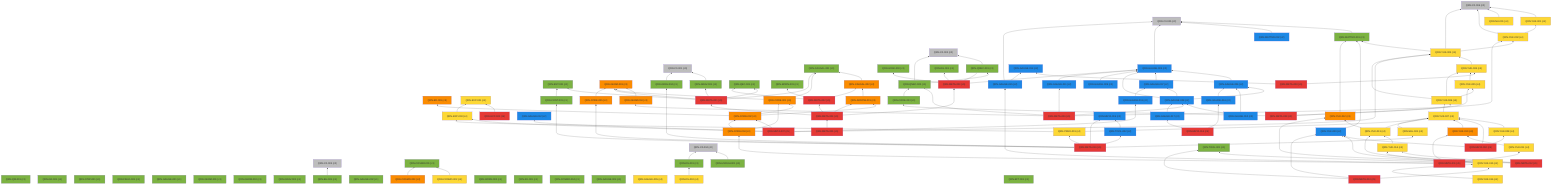
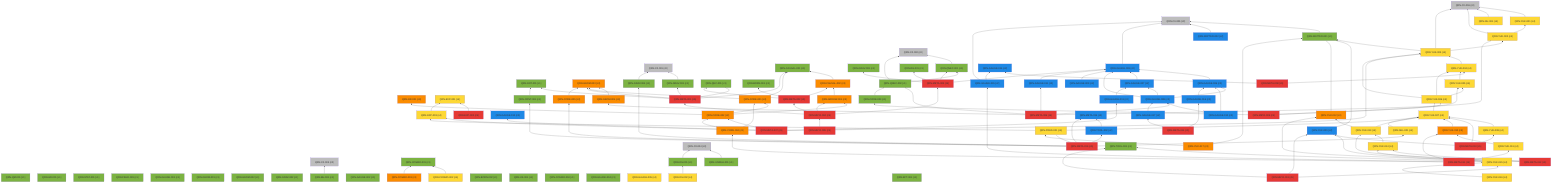
%% 自動生成 (dag/report.pl) — QRN 主張依存グラフ
graph BT
  QRN_C0_001["QRN-C0-001 (c0)"]:::c0
  QRN_C0_002["QRN-C0-002 (c0)"]:::c0
  QRN_C0_003["QRN-C0-003 (c0)"]:::c0
  QRN_C0_004["QRN-C0-004 (c0)"]:::c0
  QRN_C0_005["QRN-C0-005 (c0)"]:::c0
  QRN_C0_006["QRN-C0-006 (c0)"]:::c0
  QRN_QM_001["QRN-QM-001 (c1)"]:::c1
  QRN_GR_001["QRN-GR-001 (c1)"]:::c1
  QRN_STAT_001["QRN-STAT-001 (c1)"]:::c1
  QRN_FIELD_001["QRN-FIELD-001 (c1)"]:::c1
  QRN_GAUGE_001["QRN-GAUGE-001 (c1)"]:::c1
  QRN_ENT_001["QRN-ENT-001 (c1)"]:::c1
  QRN_GEOM_001["QRN-GEOM-001 (c1)"]:::c1
  QRN_GEOM_002["QRN-GEOM-002 (c1)"]:::c1
  QRN_GEOM_003["QRN-GEOM-003 (c3)"]:::c3
  QRN_GRAV_001["QRN-GRAV-001 (c1)"]:::c1
  QRN_GRAV_002["QRN-GRAV-002 (c1)"]:::c1
  QRN_BH_001["QRN-BH-001 (c1)"]:::c1
  QRN_CAUSAL_001["QRN-CAUSAL-001 (c1)"]:::c1
  QRN_CAUSAL_002["QRN-CAUSAL-002 (c3)"]:::c3
  QRN_ER_001["QRN-ER-001 (c3)"]:::c3
  QRN_QEC_001["QRN-QEC-001 (c1)"]:::c1
  QRN_GAUGE_002["QRN-GAUGE-002 (c1)"]:::c1
  QRN_COSMO_001["QRN-COSMO-001 (c1)"]:::c1
  QRN_COSMO_002["QRN-COSMO-002 (c4)"]:::c4
  QRN_COSMO_003["QRN-COSMO-003 (c3)"]:::c3
  QRN_BORN_001["QRN-BORN-001 (c1)"]:::c1
  QRN_BORN_002["QRN-BORN-002 (c1)"]:::c1
  QRN_GRAV_003["QRN-GRAV-003 (c1)"]:::c1
  QRN_KK_001["QRN-KK-001 (c1)"]:::c1
  QRN_MATTER_001["QRN-MATTER-001 (c1)"]:::c1
  QRN_MATTER_002["QRN-MATTER-002 (c2)"]:::c2
  QRN_COSMO_004["QRN-COSMO-004 (c1)"]:::c1
  QRN_EXP_001["QRN-EXP-001 (c4)"]:::c4
  QRN_GAUGE_003["QRN-GAUGE-003 (c2)"]:::c2
  QRN_GAUGE_004["QRN-GAUGE-004 (c1)"]:::c1
  QRN_GAUGE_005["QRN-GAUGE-005 (c4)"]:::c4
  QRN_YUK_001["QRN-YUK-001 (c4)"]:::c4
  QRN_RG_001["QRN-RG-001 (c1)"]:::c1
  QRN_UNRUH_001["QRN-UNRUH-001 (c1)"]:::c1
  QRN_QNEC_001["QRN-QNEC-001 (c1)"]:::c1
  QRN_NU_001["QRN-NU-001 (c4)"]:::c4
  QRN_GAUGE_006["QRN-GAUGE-006 (c2)"]:::c2
  QRN_DS_001["QRN-DS-001 (c1)"]:::c1
  QRN_DS_002["QRN-DS-002 (c4)"]:::c4
  QRN_ARROW_001["QRN-ARROW-001 (c3)"]:::c3
  QRN_GAUGE_007["QRN-GAUGE-007 (c2)"]:::c2
  QRN_EFT_001["QRN-EFT-001 (c1)"]:::c1
  QRN_GAUGE_008["QRN-GAUGE-008 (c2)"]:::c2
  QRN_GAUGE_009["QRN-GAUGE-009 (c2)"]:::c2
  QRN_GAUGE_010["QRN-GAUGE-010 (c2)"]:::c2
  QRN_QNEC_002["QRN-QNEC-002 (c1)"]:::c1
  QRN_GEOM_004["QRN-GEOM-004 (c3)"]:::c3
  QRN_YUK_002["QRN-YUK-002 (c4)"]:::c4
  QRN_EXP_002["QRN-EXP-002 (c5)"]:::c5
  QRN_CORE_001["QRN-CORE-001 (c3)"]:::c3
  QRN_GAUGE_011["QRN-GAUGE-011 (c2)"]:::c2
  QRN_GAUGE_012["QRN-GAUGE-012 (c2)"]:::c2
  QRN_YUK_003["QRN-YUK-003 (c4)"]:::c4
  QRN_EXP_003["QRN-EXP-003 (c4)"]:::c4
  QRN_CORE_002["QRN-CORE-002 (c3)"]:::c3
  QRN_GAUGE_013["QRN-GAUGE-013 (c2)"]:::c2
  QRN_YUK_004["QRN-YUK-004 (c4)"]:::c4
  QRN_GAUGE_014["QRN-GAUGE-014 (c2)"]:::c2
  QRN_META_001["QRN-META-001 (c5)"]:::c5
  QRN_META_002["QRN-META-002 (c5)"]:::c5
  QRN_META_003["QRN-META-003 (c5)"]:::c5
  QRN_META_004["QRN-META-004 (c5)"]:::c5
  QRN_META_005["QRN-META-005 (c5)"]:::c5
  QRN_META_006["QRN-META-006 (c5)"]:::c5
  QRN_META_007["QRN-META-007 (c5)"]:::c5
  QRN_META_008["QRN-META-008 (c5)"]:::c5
  QRN_YUK_005["QRN-YUK-005 (c4)"]:::c4
  QRN_YUK_006["QRN-YUK-006 (c4)"]:::c4
  QRN_CORE_003["QRN-CORE-003 (c1)"]:::c1
  QRN_META_009["QRN-META-009 (c5)"]:::c5
  QRN_YUK_007["QRN-YUK-007 (c4)"]:::c4
  QRN_YUK_008["QRN-YUK-008 (c4)"]:::c4
  QRN_YUK_009["QRN-YUK-009 (c2)"]:::c2
  QRN_META_010["QRN-META-010 (c5)"]:::c5
  QRN_GAUGE_015["QRN-GAUGE-015 (c2)"]:::c2
  QRN_YUK_010["QRN-YUK-010 (c3)"]:::c3
  QRN_YUK_011["QRN-YUK-011 (c4)"]:::c4
  QRN_CORE_004["QRN-CORE-004 (c3)"]:::c3
  QRN_META_011["QRN-META-011 (c5)"]:::c5
  QRN_YUK_012["QRN-YUK-012 (c3)"]:::c3
  QRN_YUK_013["QRN-YUK-013 (c4)"]:::c4
  QRN_YUK_014["QRN-YUK-014 (c4)"]:::c4
  QRN_META_012["QRN-META-012 (c5)"]:::c5
  QRN_TOOL_001["QRN-TOOL-001 (c1)"]:::c1
  QRN_YUK_015["QRN-YUK-015 (c4)"]:::c4
  QRN_META_013["QRN-META-013 (c5)"]:::c5
  QRN_GAUGE_016["QRN-GAUGE-016 (c2)"]:::c2
  QRN_GAUGE_017["QRN-GAUGE-017 (c2)"]:::c2
  QRN_META_014["QRN-META-014 (c5)"]:::c5
  QRN_META_015["QRN-META-015 (c2)"]:::c2
  QRN_TOOL_002["QRN-TOOL-002 (c2)"]:::c2
  QRN_CORE_005["QRN-CORE-005 (c3)"]:::c3
  QRN_CONT_001["QRN-CONT-001 (c1)"]:::c1
  QRN_SEL_001["QRN-SEL-001 (c4)"]:::c4
  QRN_GRAV_004["QRN-GRAV-004 (c1)"]:::c1
  QRN_PRED_001["QRN-PRED-001 (c4)"]:::c4
  QRN_META_016["QRN-META-016 (c5)"]:::c5
  QRN_YUK_016["QRN-YUK-016 (c4)"]:::c4
+   QRN_YUK_017["QRN-YUK-017 (c3)"]:::c3
  QRN_GRAV_001 --> QRN_C0_001
  QRN_BH_001 --> QRN_C0_003
  QRN_CAUSAL_002 --> QRN_CAUSAL_001
  QRN_COSMO_002 --> QRN_COSMO_001
  QRN_COSMO_003 --> QRN_COSMO_001
  QRN_MATTER_001 --> QRN_C0_005
  QRN_MATTER_002 --> QRN_C0_005
  QRN_GAUGE_003 --> QRN_C0_005
  QRN_YUK_001 --> QRN_C0_006
  QRN_UNRUH_001 --> QRN_C0_004
  QRN_QNEC_001 --> QRN_C0_002
  QRN_NU_001 --> QRN_C0_006
  QRN_GAUGE_006 --> QRN_GAUGE_003
  QRN_DS_001 --> QRN_C0_004
  QRN_DS_002 --> QRN_DS_001
  QRN_ARROW_001 --> QRN_CAUSAL_002
  QRN_GAUGE_007 --> QRN_GAUGE_003
  QRN_GAUGE_008 --> QRN_GAUGE_003
  QRN_GAUGE_008 --> QRN_GAUGE_006
  QRN_GAUGE_008 --> QRN_GAUGE_007
  QRN_GAUGE_009 --> QRN_GAUGE_003
  QRN_GAUGE_010 --> QRN_GAUGE_006
  QRN_GAUGE_010 --> QRN_GAUGE_008
  QRN_QNEC_002 --> QRN_C0_002
  QRN_QNEC_002 --> QRN_QNEC_001
  QRN_GEOM_004 --> QRN_GEOM_003
  QRN_YUK_002 --> QRN_C0_006
  QRN_YUK_002 --> QRN_YUK_001
  QRN_EXP_002 --> QRN_EXP_001
  QRN_CORE_001 --> QRN_GEOM_003
  QRN_CORE_001 --> QRN_CAUSAL_001
  QRN_GAUGE_011 --> QRN_GAUGE_003
  QRN_YUK_003 --> QRN_C0_006
  QRN_YUK_003 --> QRN_MATTER_001
  QRN_YUK_003 --> QRN_YUK_002
  QRN_EXP_003 --> QRN_EXP_001
  QRN_CORE_002 --> QRN_CORE_001
  QRN_CORE_002 --> QRN_ER_001
  QRN_CORE_002 --> QRN_ARROW_001
  QRN_GAUGE_013 --> QRN_GAUGE_007
  QRN_YUK_004 --> QRN_YUK_003
  QRN_META_001 --> QRN_GEOM_003
  QRN_META_001 --> QRN_GRAV_001
  QRN_META_001 --> QRN_CAUSAL_001
  QRN_META_001 --> QRN_QEC_001
  QRN_META_001 --> QRN_ENT_001
  QRN_META_002 --> QRN_QEC_001
  QRN_META_002 --> QRN_BORN_001
  QRN_META_002 --> QRN_CAUSAL_002
  QRN_META_003 --> QRN_GAUGE_003
  QRN_META_003 --> QRN_RG_001
  QRN_META_003 --> QRN_QNEC_001
  QRN_META_003 --> QRN_GRAV_003
  QRN_META_004 --> QRN_META_001
  QRN_META_004 --> QRN_META_002
  QRN_META_004 --> QRN_META_003
  QRN_META_004 --> QRN_ARROW_001
  QRN_META_005 --> QRN_META_004
  QRN_META_006 --> QRN_GAUGE_008
  QRN_META_006 --> QRN_QNEC_002
  QRN_META_006 --> QRN_GEOM_004
  QRN_META_006 --> QRN_YUK_002
  QRN_META_006 --> QRN_GAUGE_011
  QRN_META_007 --> QRN_GAUGE_012
  QRN_META_007 --> QRN_YUK_003
  QRN_META_007 --> QRN_EXP_003
  QRN_META_007 --> QRN_CORE_002
  QRN_META_007 --> QRN_GAUGE_013
  QRN_META_008 --> QRN_YUK_004
  QRN_META_008 --> QRN_GAUGE_014
  QRN_YUK_005 --> QRN_YUK_004
  QRN_YUK_006 --> QRN_YUK_003
  QRN_YUK_006 --> QRN_YUK_004
  QRN_YUK_006 --> QRN_YUK_005
  QRN_CORE_003 --> QRN_QNEC_002
  QRN_META_009 --> QRN_YUK_005
  QRN_META_009 --> QRN_YUK_006
  QRN_META_009 --> QRN_CORE_003
  QRN_YUK_007 --> QRN_YUK_006
  QRN_YUK_008 --> QRN_YUK_007
  QRN_YUK_009 --> QRN_MATTER_001
  QRN_META_010 --> QRN_YUK_007
  QRN_META_010 --> QRN_YUK_008
  QRN_META_010 --> QRN_YUK_009
  QRN_GAUGE_015 --> QRN_C0_005
  QRN_GAUGE_015 --> QRN_GAUGE_014
  QRN_YUK_010 --> QRN_YUK_007
  QRN_YUK_011 --> QRN_YUK_010
  QRN_CORE_004 --> QRN_CORE_001
  QRN_CORE_004 --> QRN_CORE_002
  QRN_META_011 --> QRN_GAUGE_015
  QRN_META_011 --> QRN_YUK_010
  QRN_META_011 --> QRN_YUK_011
  QRN_META_011 --> QRN_CORE_004
  QRN_YUK_012 --> QRN_MATTER_001
  QRN_YUK_013 --> QRN_YUK_012
  QRN_YUK_013 --> QRN_YUK_007
  QRN_YUK_014 --> QRN_YUK_013
  QRN_META_012 --> QRN_YUK_012
  QRN_META_012 --> QRN_YUK_013
  QRN_META_012 --> QRN_YUK_014
  QRN_YUK_015 --> QRN_YUK_014
  QRN_YUK_015 --> QRN_TOOL_001
  QRN_YUK_015 --> QRN_YUK_009
  QRN_META_013 --> QRN_YUK_015
  QRN_META_013 --> QRN_TOOL_001
  QRN_META_013 --> QRN_YUK_009
  QRN_GAUGE_016 --> QRN_GAUGE_006
  QRN_GAUGE_017 --> QRN_GAUGE_008
  QRN_META_014 --> QRN_GAUGE_016
  QRN_META_014 --> QRN_GAUGE_017
  QRN_TOOL_002 --> QRN_META_015
  QRN_CORE_005 --> QRN_GEOM_003
  QRN_CONT_001 --> QRN_ENT_001
  QRN_SEL_001 --> QRN_YUK_007
  QRN_GRAV_004 --> QRN_C0_001
  QRN_PRED_001 --> QRN_YUK_007
  QRN_PRED_001 --> QRN_EXP_003
  QRN_META_016 --> QRN_META_015
  QRN_META_016 --> QRN_TOOL_002
  QRN_META_016 --> QRN_CORE_005
  QRN_META_016 --> QRN_CONT_001
  QRN_META_016 --> QRN_SEL_001
  QRN_META_016 --> QRN_GRAV_004
  QRN_META_016 --> QRN_PRED_001
  QRN_YUK_016 --> QRN_YUK_015
+   QRN_YUK_017 --> QRN_MATTER_001
+   QRN_YUK_017 --> QRN_PRED_001
  classDef c0 fill:#bdbdbd
  classDef c1 fill:#7cb342
  classDef c2 fill:#1e88e5
  classDef c3 fill:#fb8c00
  classDef c4 fill:#fdd835
  classDef c5 fill:#e53935
